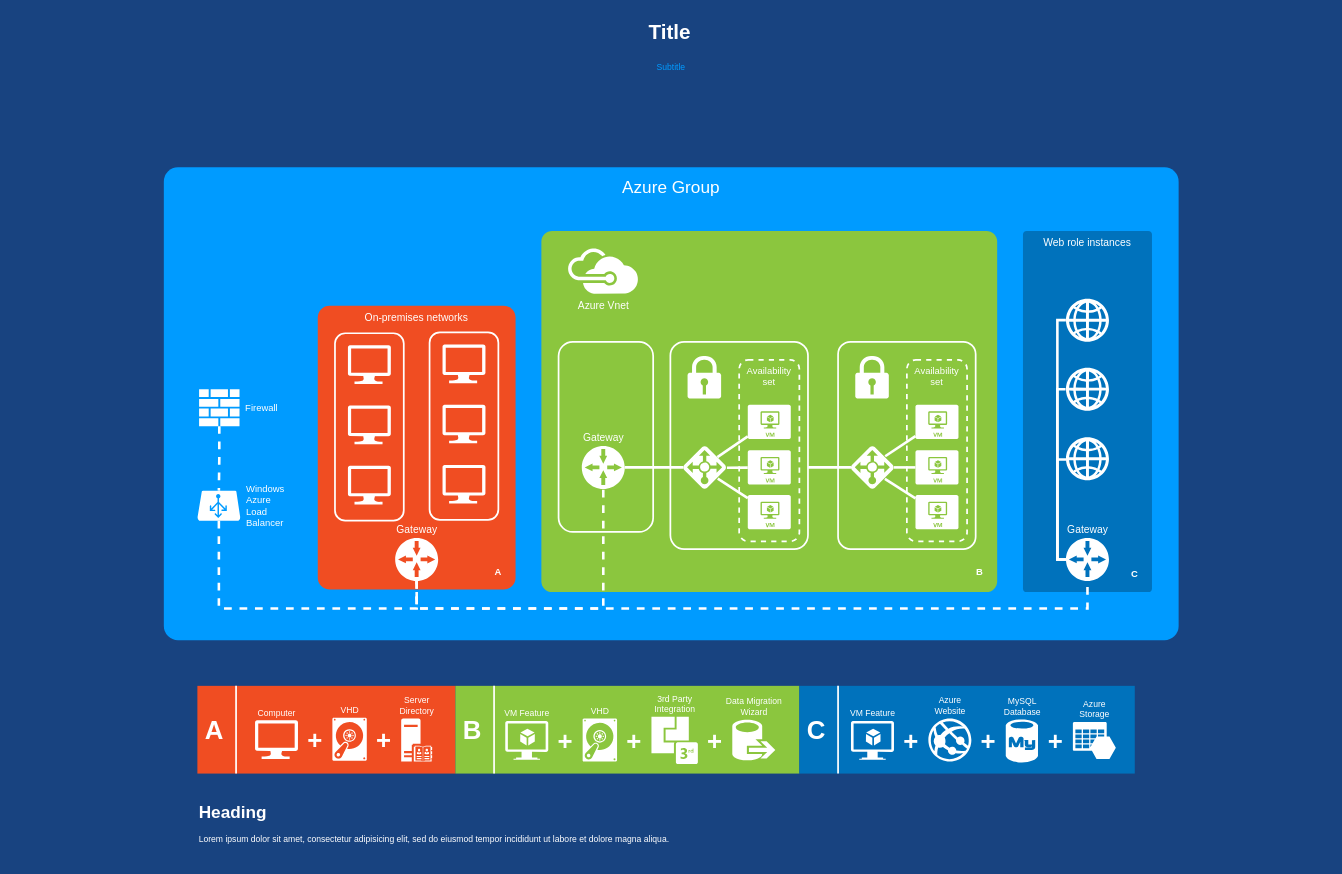
KBR0551/IPL-data-Analysis-using-Databricks-SQL keeps this draw.io diagram as data/Azure_data_pipeline.drawio. Above is the earlier version. Source tidied: cells renumbered, new cells numbered last; positions are measured from the earlier drawing's top-left corner, leaving out a move shared by most shapes. Both pictures are drawn from the tidied source at 86%, with x=0, y=0 at pixel (15, 15).
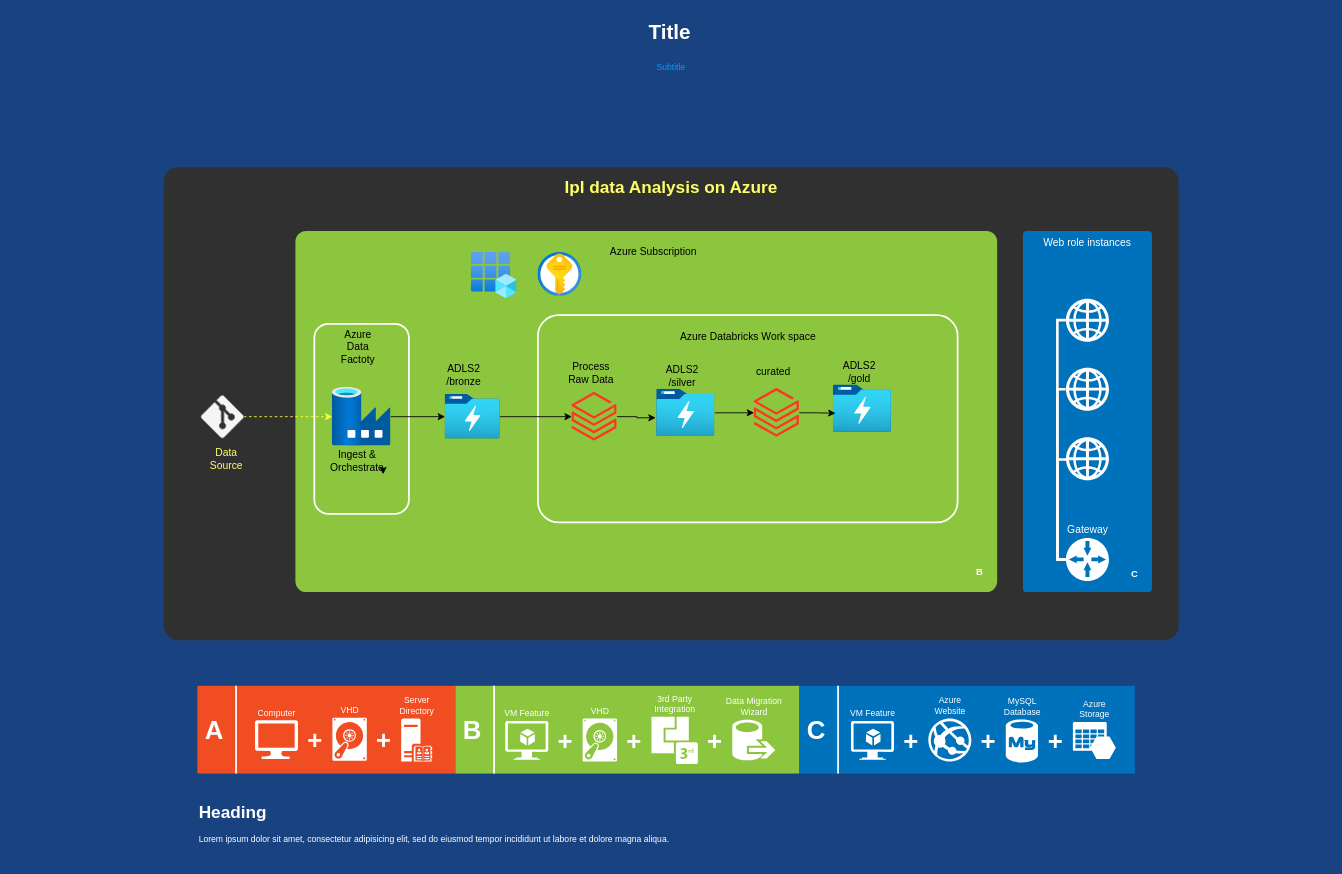
After the change.

Unchanged cells that the change refers to:
```xml
<mxCell id="51" value="Gateway" style="shadow=0;dashed=0;html=1;strokeColor=none;shape=mxgraph.mscae.enterprise.gateway;fillColor=#FFFFFF;rounded=0;fontSize=12;fontColor=#FFFFFF;align=center;labelPosition=center;verticalLabelPosition=top;verticalAlign=bottom;" parent="1" vertex="1">
  <mxGeometry x="1222" y="608" width="50" height="50" as="geometry" />
</mxCell>
```

What changed in the source:
```diff
@@
-    <mxCell id="2" value="Azure Group" style="whiteSpace=wrap;html=1;rounded=1;shadow=0;strokeColor=none;strokeWidth=2;fillColor=#009BFF;fontSize=20;fontColor=#FFFFFF;align=center;arcSize=3;verticalAlign=top;spacingTop=4;" parent="1" vertex="1">
+    <mxCell id="2" value="Ipl data Analysis on Azure" style="whiteSpace=wrap;html=1;rounded=1;shadow=0;strokeColor=none;strokeWidth=2;fillColor=#313030;fontSize=20;fontColor=#FFFF66;align=center;arcSize=3;verticalAlign=top;spacingTop=4;fontStyle=1;" parent="1" vertex="1">
       <mxGeometry x="173" y="177" width="1180" height="550" as="geometry" />
     </mxCell>
@@
     <mxCell id="4" style="rounded=1;whiteSpace=wrap;html=1;shadow=0;strokeWidth=2;fillColor=#8BC63E;fontSize=12;fontColor=#000000;align=center;strokeColor=none;arcSize=3;" parent="1" vertex="1">
-      <mxGeometry x="612" y="251" width="530" height="420" as="geometry" />
+      <mxGeometry x="326" y="251" width="816" height="420" as="geometry" />
     </mxCell>
     <mxCell id="5" style="rounded=1;whiteSpace=wrap;html=1;shadow=0;strokeWidth=2;fillColor=none;fontSize=12;fontColor=#000000;align=center;strokeColor=#FFFFFF;arcSize=10;" parent="1" vertex="1">
-      <mxGeometry x="762" y="380" width="160" height="241" as="geometry" />
+      <mxGeometry x="608" y="349" width="488" height="241" as="geometry" />
     </mxCell>
-    <mxCell id="6" value="Availability set" style="rounded=1;whiteSpace=wrap;html=1;shadow=0;strokeWidth=2;fillColor=none;fontSize=11;fontColor=#FFFFFF;align=center;strokeColor=#FFFFFF;dashed=1;verticalAlign=top;" parent="1" vertex="1">
-      <mxGeometry x="842" y="401" width="70" height="211" as="geometry" />
-    </mxCell>
-    <mxCell id="7" value="On-premises networks" style="rounded=1;whiteSpace=wrap;html=1;shadow=0;strokeWidth=2;fillColor=#F04D22;fontSize=12;fontColor=#FFFFFF;align=center;strokeColor=none;arcSize=6;verticalAlign=top;" parent="1" vertex="1">
-      <mxGeometry x="352" y="338" width="230" height="330" as="geometry" />
-    </mxCell>
-    <mxCell id="8" style="rounded=1;whiteSpace=wrap;html=1;shadow=0;strokeWidth=2;fillColor=none;fontSize=12;fontColor=#000000;align=center;strokeColor=#FFFFFF;" parent="1" vertex="1">
-      <mxGeometry x="372" y="370" width="80" height="218" as="geometry" />
-    </mxCell>
     <mxCell id="9" style="rounded=1;whiteSpace=wrap;html=1;shadow=0;strokeWidth=2;fillColor=none;fontSize=12;fontColor=#000000;align=center;strokeColor=#FFFFFF;" parent="1" vertex="1">
-      <mxGeometry x="632" y="380" width="110" height="221" as="geometry" />
+      <mxGeometry x="348" y="359" width="110" height="221" as="geometry" />
     </mxCell>
-    <mxCell id="10" style="verticalLabelPosition=bottom;html=1;verticalAlign=top;strokeColor=none;fillColor=#FFFFFF;shape=mxgraph.azure.computer;rounded=0;shadow=0;fontSize=12;fontColor=#000000;align=center;" parent="1" vertex="1">
-      <mxGeometry x="387" y="384" width="50" height="45" as="geometry" />
-    </mxCell>
-    <mxCell id="11" style="verticalLabelPosition=bottom;html=1;verticalAlign=top;strokeColor=none;fillColor=#FFFFFF;shape=mxgraph.azure.computer;rounded=0;shadow=0;fontSize=12;fontColor=#000000;align=center;" parent="1" vertex="1">
-      <mxGeometry x="387" y="454" width="50" height="45" as="geometry" />
-    </mxCell>
-    <mxCell id="12" style="verticalLabelPosition=bottom;html=1;verticalAlign=top;strokeColor=none;fillColor=#FFFFFF;shape=mxgraph.azure.computer;rounded=0;shadow=0;fontSize=12;fontColor=#000000;align=center;" parent="1" vertex="1">
-      <mxGeometry x="387" y="524" width="50" height="45" as="geometry" />
-    </mxCell>
-    <mxCell id="13" style="html=1;startArrow=none;startFill=0;startSize=10;endArrow=none;endFill=0;endSize=10;strokeWidth=3;fontSize=11;fontColor=#FFFFFF;strokeColor=#FFFFFF;rounded=0;" parent="1" edge="1" source="14" target="16">
-      <mxGeometry relative="1" as="geometry" />
-    </mxCell>
-    <mxCell id="14" value="Gateway" style="shadow=0;dashed=0;html=1;strokeColor=none;shape=mxgraph.mscae.enterprise.gateway;fillColor=#FFFFFF;rounded=0;fontSize=12;fontColor=#FFFFFF;align=center;labelPosition=center;verticalLabelPosition=top;verticalAlign=bottom;" parent="1" vertex="1">
-      <mxGeometry x="659" y="501" width="50" height="50" as="geometry" />
-    </mxCell>
-    <mxCell id="15" style="shadow=0;dashed=0;html=1;strokeColor=none;shape=mxgraph.mscae.enterprise.lock;fillColor=#FFFFFF;rounded=0;fontSize=12;fontColor=#000000;align=center;" parent="1" vertex="1">
-      <mxGeometry x="782" y="396" width="39" height="50" as="geometry" />
-    </mxCell>
-    <mxCell id="16" style="shadow=0;dashed=0;html=1;strokeColor=none;labelPosition=center;verticalLabelPosition=bottom;verticalAlign=top;shape=mxgraph.mscae.cloud.azure_load_balancer_feature;fillColor=#FFFFFF;rounded=1;fontSize=12;fontColor=#000000;align=center;" parent="1" vertex="1">
-      <mxGeometry x="777" y="501" width="50" height="50" as="geometry" />
-    </mxCell>
-    <mxCell id="17" style="html=1;startArrow=none;startFill=0;startSize=10;endArrow=none;endFill=0;endSize=10;strokeWidth=3;fontSize=11;fontColor=#FFFFFF;entryX=0.793;entryY=0.26;entryPerimeter=0;strokeColor=#FFFFFF;rounded=0;" parent="1" edge="1" source="18" target="16">
-      <mxGeometry relative="1" as="geometry" />
-    </mxCell>
-    <mxCell id="18" style="verticalLabelPosition=bottom;html=1;verticalAlign=top;strokeColor=none;fillColor=#FFFFFF;shape=mxgraph.azure.virtual_machine;rounded=1;shadow=0;fontSize=12;fontColor=#000000;align=center;" parent="1" vertex="1">
-      <mxGeometry x="852" y="453" width="50" height="40" as="geometry" />
-    </mxCell>
-    <mxCell id="19" style="html=1;entryX=1.016;entryY=0.509;entryPerimeter=0;startArrow=none;startFill=0;startSize=10;endArrow=none;endFill=0;endSize=10;strokeWidth=3;fontSize=11;fontColor=#FFFFFF;strokeColor=#FFFFFF;rounded=0;" parent="1" edge="1" source="20" target="16">
-      <mxGeometry relative="1" as="geometry" />
-    </mxCell>
-    <mxCell id="20" style="verticalLabelPosition=bottom;html=1;verticalAlign=top;strokeColor=none;fillColor=#FFFFFF;shape=mxgraph.azure.virtual_machine;rounded=1;shadow=0;fontSize=12;fontColor=#000000;align=center;" parent="1" vertex="1">
-      <mxGeometry x="852" y="506" width="50" height="40" as="geometry" />
-    </mxCell>
-    <mxCell id="21" style="html=1;entryX=0.802;entryY=0.762;entryPerimeter=0;startArrow=none;startFill=0;startSize=10;endArrow=none;endFill=0;endSize=10;strokeWidth=3;fontSize=11;fontColor=#FFFFFF;strokeColor=#FFFFFF;rounded=0;" parent="1" edge="1" source="22" target="16">
-      <mxGeometry relative="1" as="geometry" />
-    </mxCell>
-    <mxCell id="22" style="verticalLabelPosition=bottom;html=1;verticalAlign=top;strokeColor=none;fillColor=#FFFFFF;shape=mxgraph.azure.virtual_machine;rounded=1;shadow=0;fontSize=12;fontColor=#000000;align=center;" parent="1" vertex="1">
-      <mxGeometry x="852" y="558" width="50" height="40" as="geometry" />
-    </mxCell>
-    <mxCell id="23" value="Azure Vnet" style="shadow=0;dashed=0;html=1;strokeColor=none;fillColor=#FFFFFF;labelPosition=center;verticalLabelPosition=bottom;verticalAlign=top;shape=mxgraph.office.clouds.azure;rounded=1;fontSize=12;fontColor=#FFFFFF;align=center;" parent="1" vertex="1">
-      <mxGeometry x="642" y="271" width="83" height="53" as="geometry" />
-    </mxCell>
-    <mxCell id="24" style="rounded=1;whiteSpace=wrap;html=1;shadow=0;strokeWidth=2;fillColor=none;fontSize=12;fontColor=#000000;align=center;strokeColor=#FFFFFF;" parent="1" vertex="1">
-      <mxGeometry x="482" y="369" width="80" height="218" as="geometry" />
-    </mxCell>
-    <mxCell id="25" style="verticalLabelPosition=bottom;html=1;verticalAlign=top;strokeColor=none;fillColor=#FFFFFF;shape=mxgraph.azure.computer;rounded=0;shadow=0;fontSize=12;fontColor=#000000;align=center;" parent="1" vertex="1">
-      <mxGeometry x="497" y="383" width="50" height="45" as="geometry" />
-    </mxCell>
-    <mxCell id="26" style="verticalLabelPosition=bottom;html=1;verticalAlign=top;strokeColor=none;fillColor=#FFFFFF;shape=mxgraph.azure.computer;rounded=0;shadow=0;fontSize=12;fontColor=#000000;align=center;" parent="1" vertex="1">
-      <mxGeometry x="497" y="453" width="50" height="45" as="geometry" />
-    </mxCell>
-    <mxCell id="27" style="verticalLabelPosition=bottom;html=1;verticalAlign=top;strokeColor=none;fillColor=#FFFFFF;shape=mxgraph.azure.computer;rounded=0;shadow=0;fontSize=12;fontColor=#000000;align=center;" parent="1" vertex="1">
-      <mxGeometry x="497" y="523" width="50" height="45" as="geometry" />
-    </mxCell>
-    <mxCell id="28" style="edgeStyle=orthogonalEdgeStyle;html=1;startArrow=none;startFill=0;startSize=10;endArrow=none;endFill=0;endSize=10;strokeWidth=3;fontSize=11;fontColor=#FFFFFF;strokeColor=#FFFFFF;dashed=1;rounded=0;" parent="1" edge="1" source="29" target="14">
-      <mxGeometry relative="1" as="geometry">
-        <Array as="points">
-          <mxPoint x="467" y="690" />
-          <mxPoint x="684" y="690" />
-        </Array>
-      </mxGeometry>
-    </mxCell>
-    <mxCell id="29" value="Gateway" style="shadow=0;dashed=0;html=1;strokeColor=none;shape=mxgraph.mscae.enterprise.gateway;fillColor=#FFFFFF;rounded=0;fontSize=12;fontColor=#FFFFFF;align=center;labelPosition=center;verticalLabelPosition=top;verticalAlign=bottom;" parent="1" vertex="1">
-      <mxGeometry x="442" y="608" width="50" height="50" as="geometry" />
-    </mxCell>
-    <mxCell id="30" style="rounded=1;whiteSpace=wrap;html=1;shadow=0;strokeWidth=2;fillColor=none;fontSize=12;fontColor=#000000;align=center;strokeColor=#FFFFFF;arcSize=9;" parent="1" vertex="1">
-      <mxGeometry x="957" y="380" width="160" height="241" as="geometry" />
-    </mxCell>
-    <mxCell id="31" value="&lt;span&gt;Availability set&lt;/span&gt;" style="rounded=1;whiteSpace=wrap;html=1;shadow=0;strokeWidth=2;fillColor=none;fontSize=11;fontColor=#FFFFFF;align=center;strokeColor=#FFFFFF;dashed=1;verticalAlign=top;" parent="1" vertex="1">
-      <mxGeometry x="1037" y="401" width="70" height="211" as="geometry" />
-    </mxCell>
-    <mxCell id="32" style="shadow=0;dashed=0;html=1;strokeColor=none;shape=mxgraph.mscae.enterprise.lock;fillColor=#FFFFFF;rounded=0;fontSize=12;fontColor=#000000;align=center;" parent="1" vertex="1">
-      <mxGeometry x="977" y="396" width="39" height="50" as="geometry" />
-    </mxCell>
-    <mxCell id="33" style="html=1;startArrow=none;startFill=0;startSize=10;endArrow=none;endFill=0;endSize=10;strokeWidth=3;fontSize=11;fontColor=#FFFFFF;strokeColor=#FFFFFF;rounded=0;edgeStyle=elbowEdgeStyle;elbow=vertical;" parent="1" edge="1" source="37" target="5">
-      <mxGeometry relative="1" as="geometry" />
-    </mxCell>
-    <mxCell id="34" style="edgeStyle=orthogonalEdgeStyle;html=1;startArrow=none;startFill=0;startSize=10;endArrow=none;endFill=0;endSize=10;strokeWidth=3;fontSize=11;fontColor=#FFFFFF;strokeColor=#FFFFFF;rounded=0;" parent="1" edge="1" source="37" target="39">
-      <mxGeometry relative="1" as="geometry" />
-    </mxCell>
-    <mxCell id="35" style="html=1;startArrow=none;startFill=0;startSize=10;endArrow=none;endFill=0;endSize=10;strokeWidth=3;fontSize=11;fontColor=#FFFFFF;strokeColor=#FFFFFF;rounded=0;exitX=0.796;exitY=0.241;exitPerimeter=0;" parent="1" edge="1" source="37" target="38">
-      <mxGeometry relative="1" as="geometry" />
-    </mxCell>
-    <mxCell id="36" style="html=1;startArrow=none;startFill=0;startSize=10;endArrow=none;endFill=0;endSize=10;strokeWidth=3;fontSize=11;fontColor=#FFFFFF;strokeColor=#FFFFFF;rounded=0;exitX=0.789;exitY=0.767;exitPerimeter=0;" parent="1" edge="1" source="37" target="40">
-      <mxGeometry relative="1" as="geometry" />
-    </mxCell>
-    <mxCell id="37" style="shadow=0;dashed=0;html=1;strokeColor=none;labelPosition=center;verticalLabelPosition=bottom;verticalAlign=top;shape=mxgraph.mscae.cloud.azure_load_balancer_feature;fillColor=#FFFFFF;rounded=1;fontSize=12;fontColor=#000000;align=center;" parent="1" vertex="1">
-      <mxGeometry x="972" y="501" width="50" height="50" as="geometry" />
-    </mxCell>
-    <mxCell id="38" style="verticalLabelPosition=bottom;html=1;verticalAlign=top;strokeColor=none;fillColor=#FFFFFF;shape=mxgraph.azure.virtual_machine;rounded=1;shadow=0;fontSize=12;fontColor=#000000;align=center;" parent="1" vertex="1">
-      <mxGeometry x="1047" y="453" width="50" height="40" as="geometry" />
-    </mxCell>
-    <mxCell id="39" style="verticalLabelPosition=bottom;html=1;verticalAlign=top;strokeColor=none;fillColor=#FFFFFF;shape=mxgraph.azure.virtual_machine;rounded=1;shadow=0;fontSize=12;fontColor=#000000;align=center;" parent="1" vertex="1">
-      <mxGeometry x="1047" y="506" width="50" height="40" as="geometry" />
-    </mxCell>
-    <mxCell id="40" style="verticalLabelPosition=bottom;html=1;verticalAlign=top;strokeColor=none;fillColor=#FFFFFF;shape=mxgraph.azure.virtual_machine;rounded=1;shadow=0;fontSize=12;fontColor=#000000;align=center;" parent="1" vertex="1">
-      <mxGeometry x="1047" y="558" width="50" height="40" as="geometry" />
-    </mxCell>
-    <mxCell id="41" style="edgeStyle=orthogonalEdgeStyle;html=1;startArrow=none;startFill=0;startSize=10;endArrow=none;endFill=0;endSize=10;strokeWidth=3;fontSize=11;fontColor=#FFFFFF;strokeColor=#FFFFFF;dashed=1;rounded=0;" parent="1" edge="1" source="42" target="45">
-      <mxGeometry relative="1" as="geometry" />
-    </mxCell>
-    <mxCell id="42" value="Firewall" style="shadow=0;dashed=0;html=1;strokeColor=none;labelPosition=right;verticalLabelPosition=middle;verticalAlign=middle;shape=mxgraph.office.concepts.firewall;fillColor=#FFFFFF;rounded=1;fontSize=11;fontColor=#FFFFFF;align=left;spacingLeft=5;" parent="1" vertex="1">
-      <mxGeometry x="214" y="435" width="47" height="43" as="geometry" />
-    </mxCell>
-    <mxCell id="43" style="edgeStyle=orthogonalEdgeStyle;html=1;startArrow=none;startFill=0;startSize=10;endArrow=none;endFill=0;endSize=10;strokeWidth=3;fontSize=11;fontColor=#FFFFFF;strokeColor=#FFFFFF;dashed=1;rounded=0;" parent="1" edge="1" source="29" target="51">
-      <mxGeometry relative="1" as="geometry">
-        <Array as="points">
-          <mxPoint x="467" y="690" />
-          <mxPoint x="1247" y="690" />
-        </Array>
-      </mxGeometry>
-    </mxCell>
-    <mxCell id="44" style="edgeStyle=orthogonalEdgeStyle;html=1;startArrow=none;startFill=0;startSize=10;endArrow=none;endFill=0;endSize=10;strokeWidth=3;fontSize=11;fontColor=#FFFFFF;strokeColor=#FFFFFF;dashed=1;rounded=0;" parent="1" edge="1" source="45" target="29">
-      <mxGeometry relative="1" as="geometry">
-        <Array as="points">
-          <mxPoint x="237" y="690" />
-          <mxPoint x="467" y="690" />
-        </Array>
-      </mxGeometry>
-    </mxCell>
-    <mxCell id="45" value="Windows&lt;div&gt;Azure&lt;/div&gt;&lt;div&gt;Load&lt;/div&gt;&lt;div&gt;Balancer&lt;/div&gt;" style="verticalLabelPosition=middle;html=1;verticalAlign=middle;strokeColor=none;fillColor=#FFFFFF;shape=mxgraph.azure.azure_load_balancer;rounded=1;shadow=0;dashed=1;fontSize=11;fontColor=#FFFFFF;align=left;labelPosition=right;spacingLeft=5;" parent="1" vertex="1">
-      <mxGeometry x="212" y="553" width="50" height="35" as="geometry" />
-    </mxCell>
@@
-    <mxCell id="52" value="A" style="text;html=1;strokeColor=none;fillColor=none;align=center;verticalAlign=middle;whiteSpace=wrap;rounded=1;shadow=0;fontSize=11;fontColor=#FFFFFF;fontStyle=1;" parent="1" vertex="1">
-      <mxGeometry x="552" y="638" width="20" height="20" as="geometry" />
-    </mxCell>
@@
+    <mxCell id="87" style="edgeStyle=orthogonalEdgeStyle;rounded=0;jettySize=auto;html=1;dashed=1;strokeColor=#FFFF33;" parent="1" edge="1" source="88" target="91">
+      <mxGeometry relative="1" as="geometry" />
+    </mxCell>
+    <mxCell id="88" style="verticalLabelPosition=bottom;html=1;verticalAlign=top;align=center;strokeColor=#666666;fillColor=#f5f5f5;shape=mxgraph.azure.git_repository;fontColor=#333333;" parent="1" vertex="1">
+      <mxGeometry x="216" y="442" width="50" height="50" as="geometry" />
+    </mxCell>
+    <mxCell id="89" value="Data Source" style="text;html=1;align=center;verticalAlign=middle;whiteSpace=wrap;rounded=0;fontColor=#FFFF66;" parent="1" vertex="1">
+      <mxGeometry x="216" y="501" width="60" height="30" as="geometry" />
+    </mxCell>
+    <mxCell id="90" style="edgeStyle=orthogonalEdgeStyle;rounded=0;jettySize=auto;html=1;" parent="1" edge="1" source="91" target="94">
+      <mxGeometry relative="1" as="geometry" />
+    </mxCell>
+    <mxCell id="91" style="image;html=1;points=[];align=center;fontSize=12;image=img/lib/azure2/databases/Data_Factory.svg;" parent="1" vertex="1">
+      <mxGeometry x="369" y="433" width="68" height="68" as="geometry" />
+    </mxCell>
+    <mxCell id="92" value="Azure Subscription" style="text;html=1;align=center;verticalAlign=middle;whiteSpace=wrap;rounded=0;" parent="1" vertex="1">
+      <mxGeometry x="676" y="260" width="133" height="30" as="geometry" />
+    </mxCell>
+    <mxCell id="93" style="edgeStyle=orthogonalEdgeStyle;rounded=0;jettySize=auto;html=1;" parent="1" edge="1" source="94" target="96">
+      <mxGeometry relative="1" as="geometry" />
+    </mxCell>
+    <mxCell id="94" style="image;html=1;points=[];align=center;fontSize=12;image=img/lib/azure2/storage/Data_Lake_Storage_Gen1.svg;" parent="1" vertex="1">
+      <mxGeometry x="500" y="441" width="64" height="52" as="geometry" />
+    </mxCell>
+    <mxCell id="95" value="Azure Data Factoty" style="text;html=1;align=center;verticalAlign=middle;whiteSpace=wrap;rounded=0;" parent="1" vertex="1">
+      <mxGeometry x="369" y="371" width="60" height="30" as="geometry" />
+    </mxCell>
+    <mxCell id="96" style="image;html=1;points=[];align=center;fontSize=12;image=img/lib/azure2/analytics/Azure_Databricks.svg;" parent="1" vertex="1">
+      <mxGeometry x="647.4" y="438.5" width="52.6" height="57" as="geometry" />
+    </mxCell>
+    <mxCell id="97" style="edgeStyle=orthogonalEdgeStyle;rounded=0;jettySize=auto;html=1;" parent="1" edge="1" source="98" target="100">
+      <mxGeometry relative="1" as="geometry" />
+    </mxCell>
+    <mxCell id="98" style="image;html=1;points=[];align=center;fontSize=12;image=img/lib/azure2/storage/Data_Lake_Storage_Gen1.svg;" parent="1" vertex="1">
+      <mxGeometry x="746" y="435" width="67.7" height="55" as="geometry" />
+    </mxCell>
+    <mxCell id="99" style="edgeStyle=orthogonalEdgeStyle;rounded=0;jettySize=auto;html=1;entryX=-0.016;entryY=0.606;entryDx=0;entryDy=0;entryPerimeter=0;" parent="1" edge="1" source="96" target="98">
+      <mxGeometry relative="1" as="geometry" />
+    </mxCell>
+    <mxCell id="100" style="image;html=1;points=[];align=center;fontSize=12;image=img/lib/azure2/analytics/Azure_Databricks.svg;" parent="1" vertex="1">
+      <mxGeometry x="859.4" y="434" width="52.6" height="57" as="geometry" />
+    </mxCell>
+    <mxCell id="101" style="image;html=1;points=[];align=center;fontSize=12;image=img/lib/azure2/storage/Data_Lake_Storage_Gen1.svg;" parent="1" vertex="1">
+      <mxGeometry x="951.3" y="430" width="67.7" height="55" as="geometry" />
+    </mxCell>
+    <mxCell id="102" style="edgeStyle=orthogonalEdgeStyle;rounded=0;jettySize=auto;html=1;entryX=0.04;entryY=0.6;entryDx=0;entryDy=0;entryPerimeter=0;" parent="1" edge="1" source="100" target="101">
+      <mxGeometry relative="1" as="geometry" />
+    </mxCell>
+    <mxCell id="103" value="Azure Databricks Work space" style="text;html=1;align=center;verticalAlign=middle;whiteSpace=wrap;rounded=0;" parent="1" vertex="1">
+      <mxGeometry x="743.7" y="359" width="216.6" height="30" as="geometry" />
+    </mxCell>
+    <mxCell id="104" value="&lt;div&gt;ADLS2&lt;/div&gt;/bronze" style="text;html=1;align=center;verticalAlign=middle;whiteSpace=wrap;rounded=0;" parent="1" vertex="1">
+      <mxGeometry x="492" y="404" width="60" height="30" as="geometry" />
+    </mxCell>
+    <mxCell id="105" value="&lt;div&gt;ADLS2&lt;/div&gt;/silver" style="text;html=1;align=center;verticalAlign=middle;whiteSpace=wrap;rounded=0;" parent="1" vertex="1">
+      <mxGeometry x="746" y="405" width="60" height="30" as="geometry" />
+    </mxCell>
+    <mxCell id="106" value="&lt;div&gt;ADLS2&lt;/div&gt;/gold" style="text;html=1;align=center;verticalAlign=middle;whiteSpace=wrap;rounded=0;" parent="1" vertex="1">
+      <mxGeometry x="952" y="400" width="60" height="30" as="geometry" />
+    </mxCell>
+    <mxCell id="107" value="Ingest &amp;amp; Orchestrate" style="text;html=1;align=center;verticalAlign=middle;whiteSpace=wrap;rounded=0;" parent="1" vertex="1">
+      <mxGeometry x="368" y="504" width="60" height="30" as="geometry" />
+    </mxCell>
+    <mxCell id="108" style="edgeStyle=orthogonalEdgeStyle;rounded=0;orthogonalLoop=1;jettySize=auto;html=1;exitX=1;exitY=0.75;exitDx=0;exitDy=0;entryX=1;entryY=1;entryDx=0;entryDy=0;" parent="1" edge="1" source="107" target="107">
+      <mxGeometry relative="1" as="geometry" />
+    </mxCell>
+    <mxCell id="109" value="Process Raw Data" style="text;html=1;align=center;verticalAlign=middle;whiteSpace=wrap;rounded=0;" parent="1" vertex="1">
+      <mxGeometry x="640" y="401" width="60" height="30" as="geometry" />
+    </mxCell>
+    <mxCell id="110" value="curated" style="text;html=1;align=center;verticalAlign=middle;whiteSpace=wrap;rounded=0;" parent="1" vertex="1">
+      <mxGeometry x="852" y="400" width="60" height="30" as="geometry" />
+    </mxCell>
+    <mxCell id="111" style="image;html=1;align=center;fontSize=12;image=img/lib/azure2/identity/App_Registrations.svg;" parent="1" vertex="1">
+      <mxGeometry x="530.4" y="276" width="53.2" height="54" as="geometry" />
+    </mxCell>
+    <mxCell id="112" style="image;html=1;align=center;fontSize=12;image=img/lib/azure2/security/Key_Vaults.svg;" parent="1" vertex="1">
+      <mxGeometry x="608" y="276" width="51" height="51" as="geometry" />
+    </mxCell>
```
